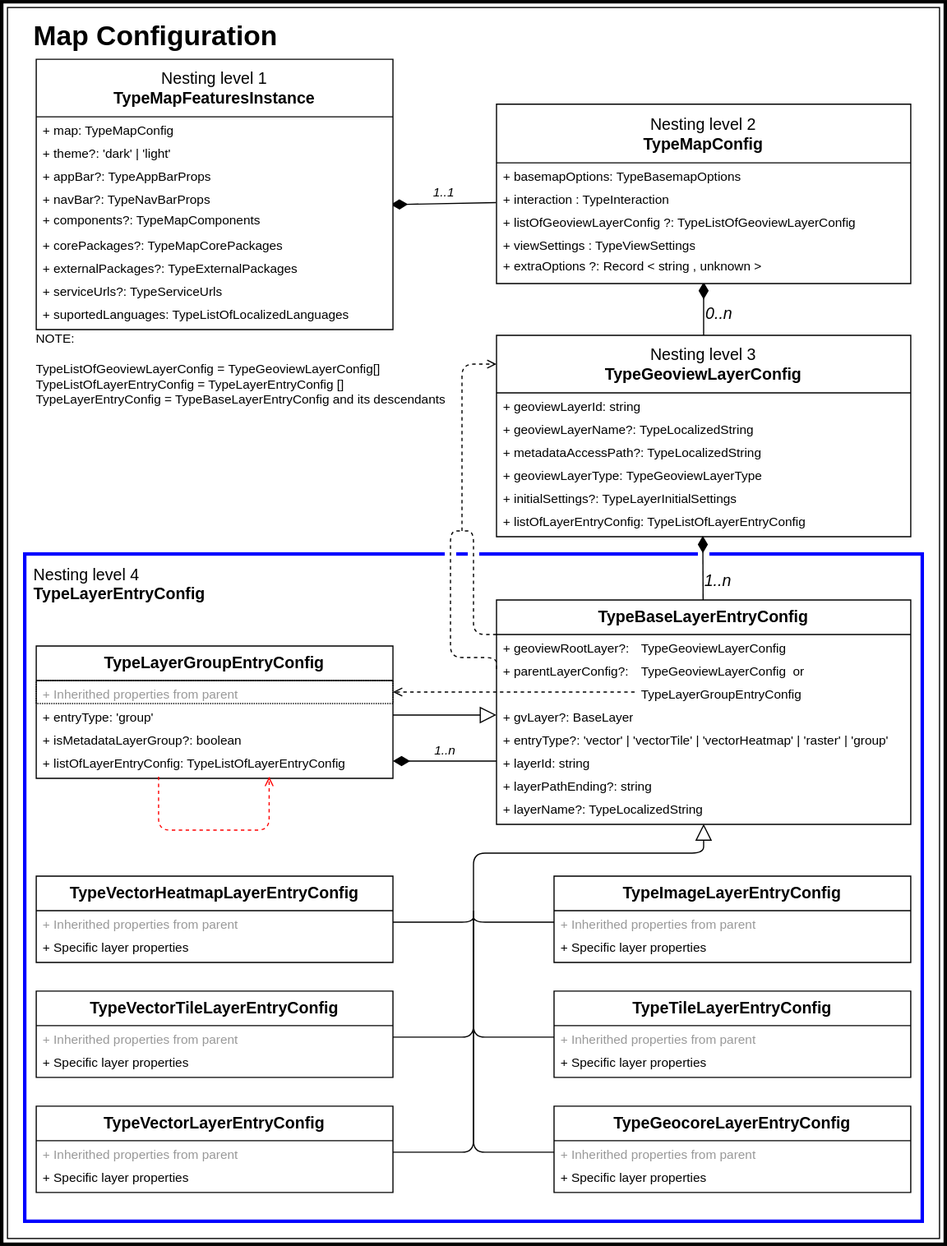
This is docs/app/geoview-layer/map-config/draw.io/TypeMapConfig.drawio.svg from ychoquet/GeoView, a draw.io export, as it was before one commit. Source tidied: cells renumbered, new cells last; positions are measured from the earlier drawing's top-left corner, leaving out a move shared by most shapes.
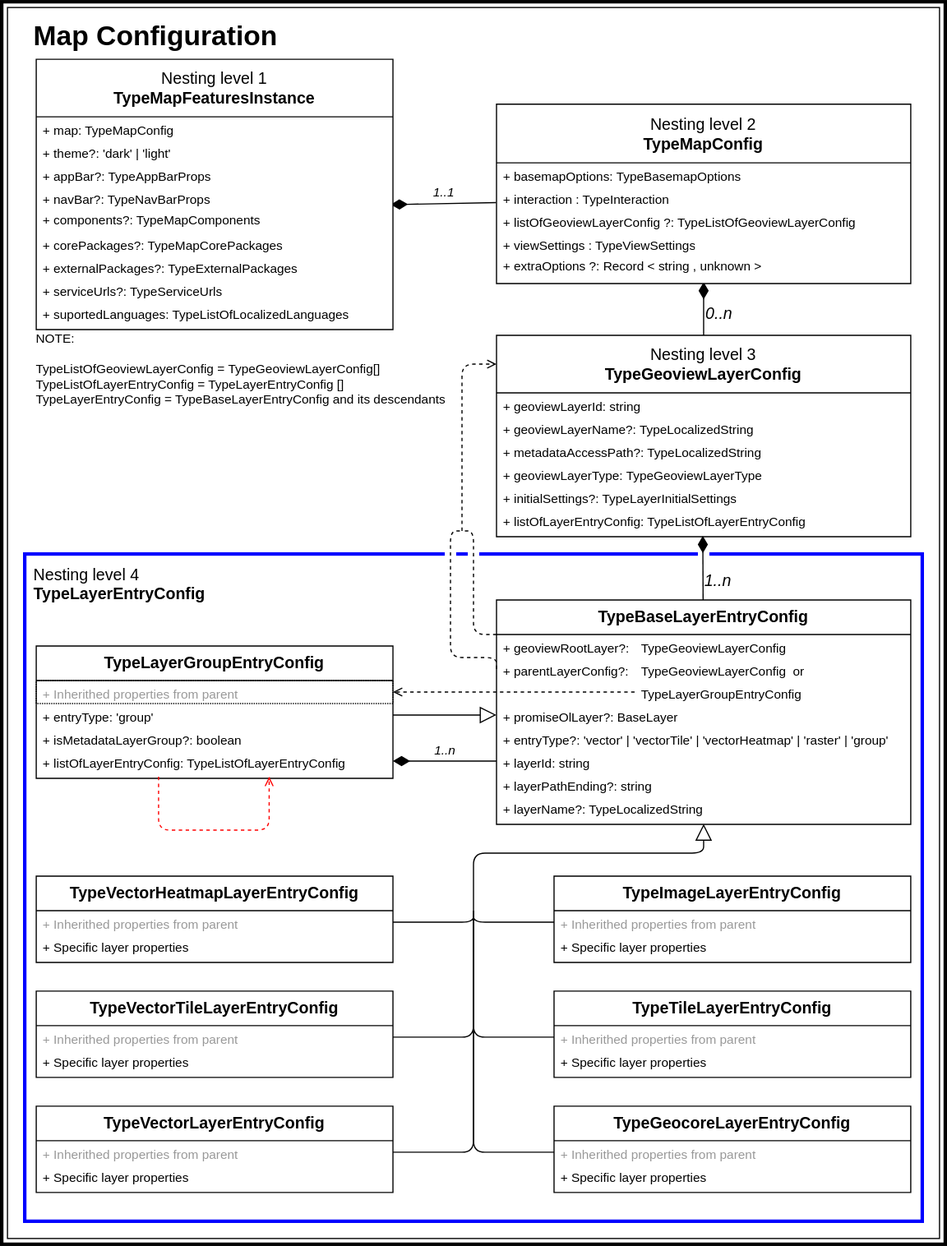
The same diagram one commit later.

Change to the diagram source:
```diff
@@ -296,7 +296,7 @@
     <mxCell id="84" value="&lt;span style=&quot;font-size: 11px;&quot;&gt;TypeLayerGroupEntryConfig&lt;/span&gt;" style="text;strokeColor=none;fillColor=none;align=left;verticalAlign=middle;spacingLeft=4;spacingRight=4;overflow=hidden;points=[[0,0.5],[1,0.5]];portConstraint=eastwest;whiteSpace=wrap;html=1;labelBackgroundColor=none;fontSize=14;fontColor=#000000;fontFamily=Helvetica;spacing=2;spacingTop=0;" parent="80" vertex="1">
       <mxGeometry x="120" y="70" width="240" height="20" as="geometry" />
     </mxCell>
-    <mxCell id="85" value="&lt;span style=&quot;font-size: 11px;&quot;&gt;+&amp;nbsp;gvLayer?: BaseLayer&lt;/span&gt;" style="text;strokeColor=none;fillColor=none;align=left;verticalAlign=middle;spacingLeft=4;spacingRight=4;overflow=hidden;points=[[0,0.5],[1,0.5]];portConstraint=eastwest;whiteSpace=wrap;html=1;labelBackgroundColor=none;fontSize=14;fontColor=#000000;fontFamily=Helvetica;" parent="80" vertex="1">
+    <mxCell id="85" value="&lt;span style=&quot;font-size: 11px;&quot;&gt;+ promiseOlLayer?: BaseLayer&lt;/span&gt;" style="text;strokeColor=none;fillColor=none;align=left;verticalAlign=middle;spacingLeft=4;spacingRight=4;overflow=hidden;points=[[0,0.5],[1,0.5]];portConstraint=eastwest;whiteSpace=wrap;html=1;labelBackgroundColor=none;fontSize=14;fontColor=#000000;fontFamily=Helvetica;" parent="80" vertex="1">
       <mxGeometry y="90" width="360" height="20" as="geometry" />
     </mxCell>
     <mxCell id="86" value="&lt;span style=&quot;font-size: 11px;&quot;&gt;+&amp;nbsp;entryType?: 'vector' | 'vectorTile' | 'vectorHeatmap' | 'raster' | 'group'&lt;/span&gt;" style="text;strokeColor=none;fillColor=none;align=left;verticalAlign=middle;spacingLeft=4;spacingRight=4;overflow=hidden;whiteSpace=wrap;html=1;labelBackgroundColor=none;fontSize=14;fontColor=#000000;fontFamily=Helvetica;" parent="80" vertex="1">
```
